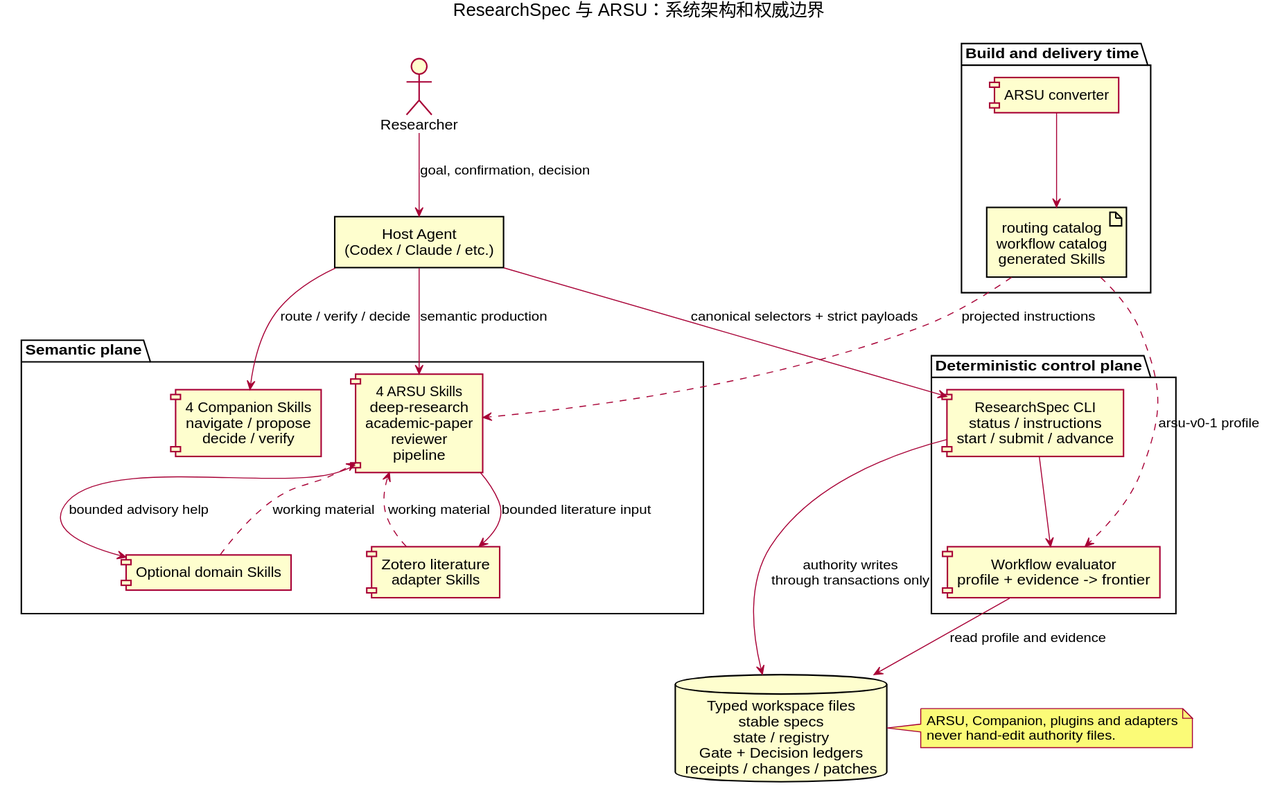
The PlantUML diagram docs/researchspec_arsu_runtime/diagrams/rendered/system-architecture.svg in leike0813/ResearchSpec, before a commit. The source it was exported from:
```plantuml
@startuml
title ResearchSpec 与 ARSU：系统架构和权威边界
skinparam componentStyle rectangle
skinparam shadowing false
skinparam defaultTextAlignment center

actor "Researcher" as User
rectangle "Host Agent\n(Codex / Claude / etc.)" as Host

package "Semantic plane" {
  component "4 ARSU Skills\ndeep-research\nacademic-paper\nreviewer\npipeline" as ARSU
  component "4 Companion Skills\nnavigate / propose\ndecide / verify" as Companion
  component "Optional domain Skills" as Plugin
  component "Zotero literature\nadapter Skills" as Zotero
}

package "Deterministic control plane" {
  component "ResearchSpec CLI\nstatus / instructions\nstart / submit / advance" as CLI
  component "Workflow evaluator\nprofile + evidence -> frontier" as Eval
}

database "Typed workspace files\nstable specs\nstate / registry\nGate + Decision ledgers\nreceipts / changes / patches" as Files

package "Build and delivery time" {
  component "ARSU converter" as Converter
  artifact "routing catalog\nworkflow catalog\ngenerated Skills" as Catalog
}

User --> Host : goal, confirmation, decision
Host --> Companion : route / verify / decide
Host --> ARSU : semantic production
ARSU --> Plugin : bounded advisory help
ARSU --> Zotero : bounded literature input
Host --> CLI : canonical selectors + strict payloads
CLI --> Eval
Eval --> Files : read profile and evidence
CLI --> Files : authority writes\nthrough transactions only
Plugin ..> ARSU : working material
Zotero ..> ARSU : working material
Converter --> Catalog
Catalog ..> ARSU : projected instructions
Catalog ..> Eval : arsu-v0-1 profile

note right of Files
  ARSU, Companion, plugins and adapters
  never hand-edit authority files.
end note
@enduml
```
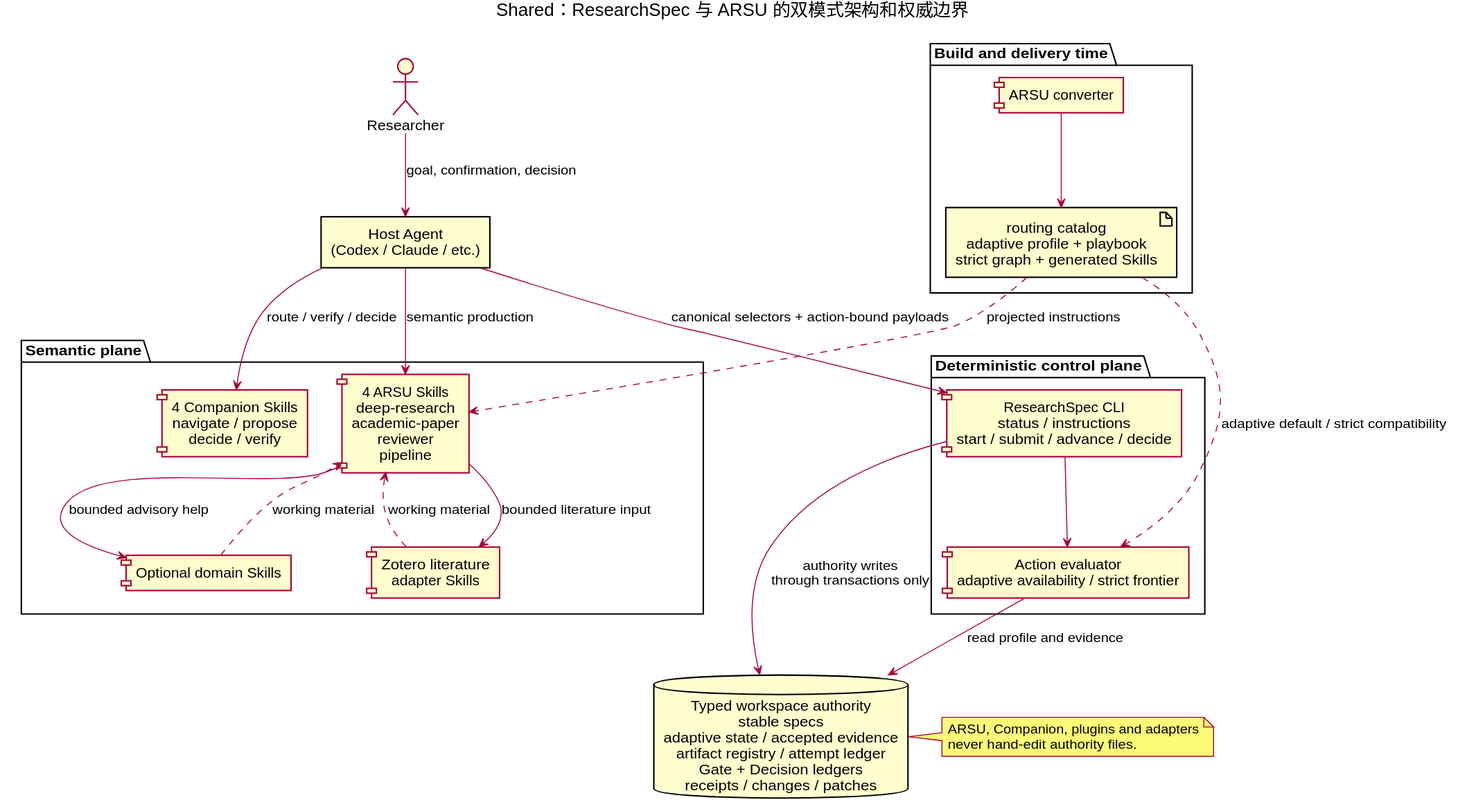
After the commit.

What changed in the source:
```diff
@@ -1,5 +1,5 @@
 @startuml
-title ResearchSpec 与 ARSU：系统架构和权威边界
+title Shared：ResearchSpec 与 ARSU 的双模式架构和权威边界
 skinparam componentStyle rectangle
 skinparam shadowing false
 skinparam defaultTextAlignment center
@@ -15,15 +15,15 @@
 }
 
 package "Deterministic control plane" {
-  component "ResearchSpec CLI\nstatus / instructions\nstart / submit / advance" as CLI
-  component "Workflow evaluator\nprofile + evidence -> frontier" as Eval
+  component "ResearchSpec CLI\nstatus / instructions\nstart / submit / advance / decide" as CLI
+  component "Action evaluator\nadaptive availability / strict frontier" as Eval
 }
 
-database "Typed workspace files\nstable specs\nstate / registry\nGate + Decision ledgers\nreceipts / changes / patches" as Files
+database "Typed workspace authority\nstable specs\nadaptive state / accepted evidence\nartifact registry / attempt ledger\nGate + Decision ledgers\nreceipts / changes / patches" as Files
 
 package "Build and delivery time" {
   component "ARSU converter" as Converter
-  artifact "routing catalog\nworkflow catalog\ngenerated Skills" as Catalog
+  artifact "routing catalog\nadaptive profile + playbook\nstrict graph + generated Skills" as Catalog
 }
 
 User --> Host : goal, confirmation, decision
@@ -31,7 +31,7 @@
 Host --> ARSU : semantic production
 ARSU --> Plugin : bounded advisory help
 ARSU --> Zotero : bounded literature input
-Host --> CLI : canonical selectors + strict payloads
+Host --> CLI : canonical selectors + action-bound payloads
 CLI --> Eval
 Eval --> Files : read profile and evidence
 CLI --> Files : authority writes\nthrough transactions only
@@ -39,7 +39,7 @@
 Zotero ..> ARSU : working material
 Converter --> Catalog
 Catalog ..> ARSU : projected instructions
-Catalog ..> Eval : arsu-v0-1 profile
+Catalog ..> Eval : adaptive default / strict compatibility
 
 note right of Files
   ARSU, Companion, plugins and adapters
```
